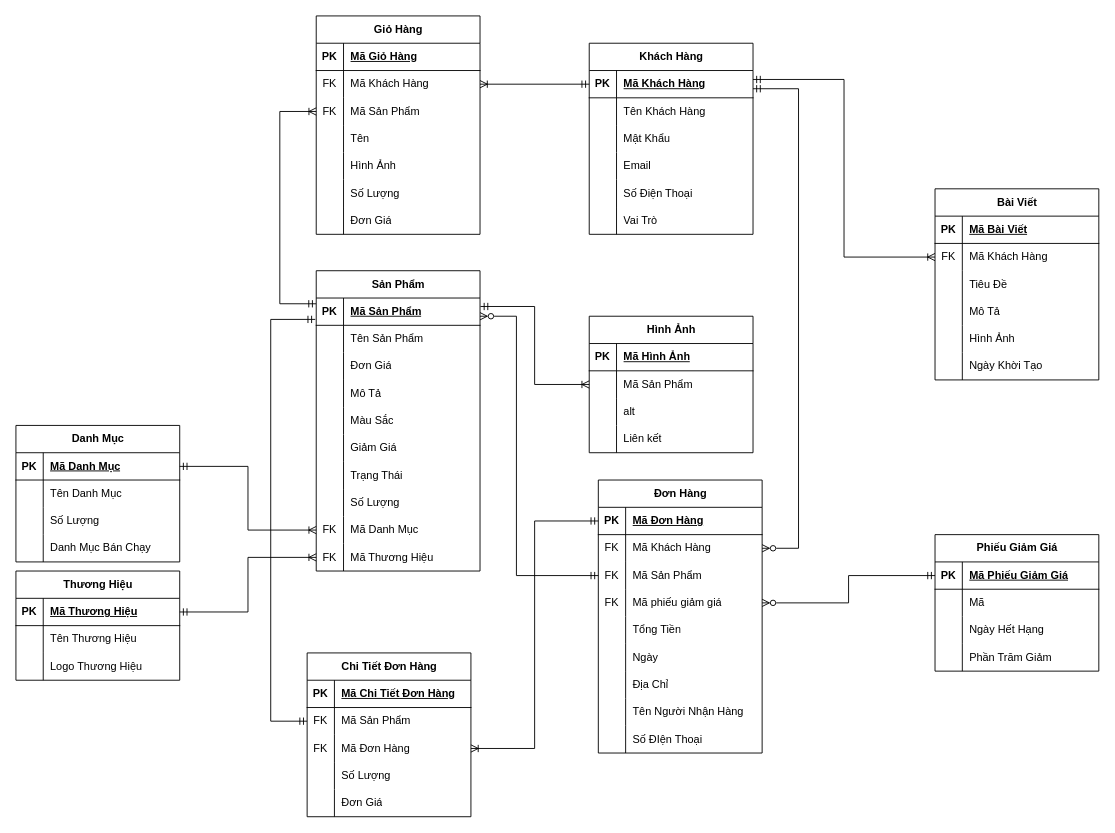
This is VN.drawio from Blion00/Blion00, a draw.io file, before an edit. Source tidied: cells renumbered, new cells numbered last; positions are measured from the earlier drawing's top-left corner, leaving out a move shared by most shapes. Both pictures are drawn from the tidied source at 91%, with x=0, y=0 at pixel (15, 15).
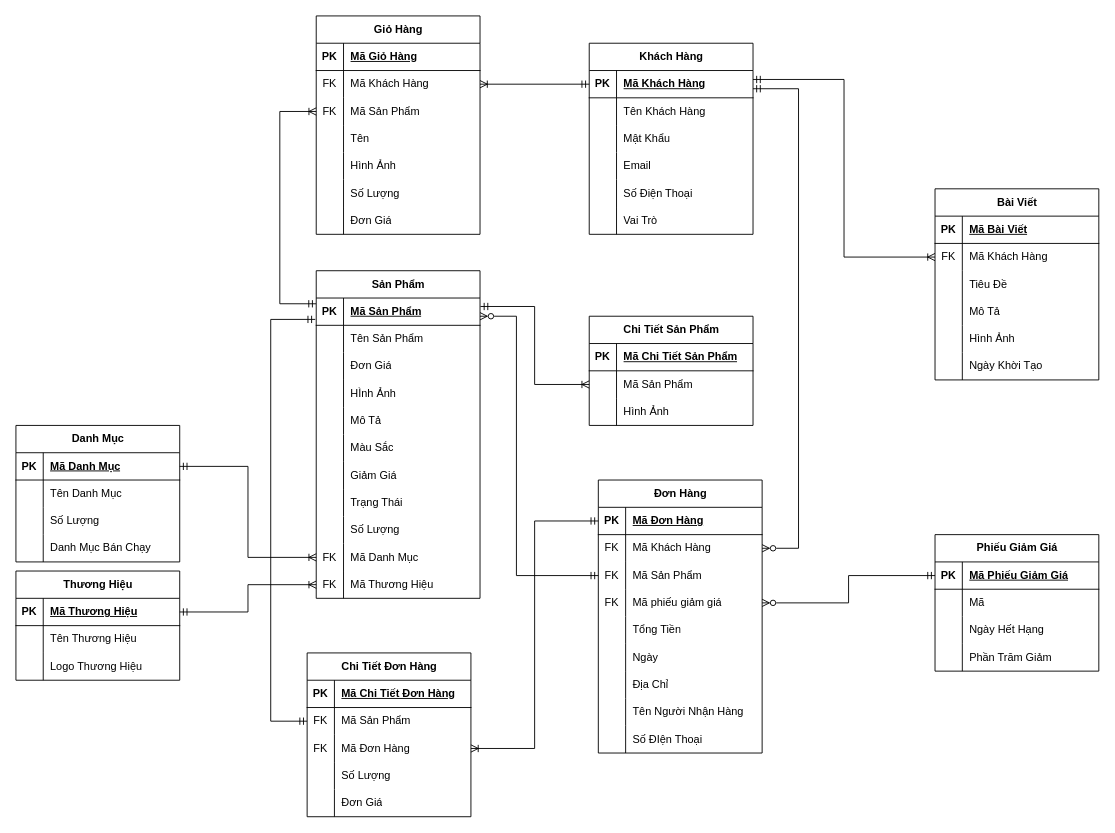
The same diagram, later.

Unchanged cells that the change refers to:
```xml
<mxCell id="185" style="shape=tableRow;horizontal=0;startSize=0;swimlaneHead=0;swimlaneBody=0;fillColor=none;top=0;left=0;right=0;bottom=1;" parent="184" vertex="1">
  <mxGeometry y="30" width="180" height="30" as="geometry" />
</mxCell>
<mxCell id="191" style="shape=tableRow;horizontal=0;startSize=0;swimlaneHead=0;swimlaneBody=0;fillColor=none;top=0;left=0;right=0;bottom=0;" parent="184" vertex="1">
  <mxGeometry y="90" width="180" height="30" as="geometry" />
</mxCell>
```

Change to the diagram source:
```diff
@@
     <mxCell id="2" value="Sản Phẩm" style="shape=table;startSize=30;childLayout=tableLayout;rowLines=0;fontStyle=1;align=center;html=1;" parent="1" vertex="1">
-      <mxGeometry x="330" y="280" width="180" height="330" as="geometry" />
+      <mxGeometry x="330" y="280" width="180" height="360" as="geometry" />
     </mxCell>
@@
+    <mxCell id="194" style="shape=tableRow;horizontal=0;startSize=0;swimlaneHead=0;swimlaneBody=0;fillColor=none;top=0;left=0;right=0;bottom=0;" parent="2" vertex="1">
+      <mxGeometry y="120" width="180" height="30" as="geometry" />
+    </mxCell>
+    <mxCell id="195" style="shape=partialRectangle;fillColor=none;top=0;left=0;bottom=0;right=0;overflow=hidden;whiteSpace=wrap;html=1;" parent="194" vertex="1">
+      <mxGeometry width="30" height="30" as="geometry" />
+    </mxCell>
+    <mxCell id="197" value="HÌnh Ảnh" style="shape=partialRectangle;fillColor=none;top=0;left=0;bottom=0;right=0;align=left;spacingLeft=6;overflow=hidden;whiteSpace=wrap;html=1;" parent="194" vertex="1">
+      <mxGeometry x="30" width="150" height="30" as="geometry" />
+    </mxCell>
     <mxCell id="12" style="shape=tableRow;horizontal=0;startSize=0;swimlaneHead=0;swimlaneBody=0;fillColor=none;top=0;left=0;right=0;bottom=0;" parent="2" vertex="1">
-      <mxGeometry y="120" width="180" height="30" as="geometry" />
+      <mxGeometry y="150" width="180" height="30" as="geometry" />
     </mxCell>
@@
     <mxCell id="15" style="shape=tableRow;horizontal=0;startSize=0;swimlaneHead=0;swimlaneBody=0;fillColor=none;top=0;left=0;right=0;bottom=0;" parent="2" vertex="1">
-      <mxGeometry y="150" width="180" height="30" as="geometry" />
+      <mxGeometry y="180" width="180" height="30" as="geometry" />
     </mxCell>
@@
     <mxCell id="18" style="shape=tableRow;horizontal=0;startSize=0;swimlaneHead=0;swimlaneBody=0;fillColor=none;top=0;left=0;right=0;bottom=0;" parent="2" vertex="1">
-      <mxGeometry y="180" width="180" height="30" as="geometry" />
+      <mxGeometry y="210" width="180" height="30" as="geometry" />
     </mxCell>
@@
     <mxCell id="21" style="shape=tableRow;horizontal=0;startSize=0;swimlaneHead=0;swimlaneBody=0;fillColor=none;top=0;left=0;right=0;bottom=0;" parent="2" vertex="1">
-      <mxGeometry y="210" width="180" height="30" as="geometry" />
+      <mxGeometry y="240" width="180" height="30" as="geometry" />
     </mxCell>
@@
     <mxCell id="24" style="shape=tableRow;horizontal=0;startSize=0;swimlaneHead=0;swimlaneBody=0;fillColor=none;top=0;left=0;right=0;bottom=0;" parent="2" vertex="1">
-      <mxGeometry y="240" width="180" height="30" as="geometry" />
+      <mxGeometry y="270" width="180" height="30" as="geometry" />
     </mxCell>
@@
     <mxCell id="27" style="shape=tableRow;horizontal=0;startSize=0;swimlaneHead=0;swimlaneBody=0;fillColor=none;points=[[0,0.5],[1,0.5]];portConstraint=eastwest;top=0;left=0;right=0;bottom=0;" parent="2" vertex="1">
-      <mxGeometry y="270" width="180" height="30" as="geometry" />
+      <mxGeometry y="300" width="180" height="30" as="geometry" />
     </mxCell>
@@
     <mxCell id="30" style="shape=tableRow;horizontal=0;startSize=0;swimlaneHead=0;swimlaneBody=0;fillColor=none;points=[[0,0.5],[1,0.5]];portConstraint=eastwest;top=0;left=0;right=0;bottom=0;" parent="2" vertex="1">
-      <mxGeometry y="300" width="180" height="30" as="geometry" />
+      <mxGeometry y="330" width="180" height="30" as="geometry" />
     </mxCell>
@@
-    <mxCell id="184" value="Hình Ảnh" style="shape=table;startSize=30;childLayout=tableLayout;rowLines=0;fontStyle=1;align=center;html=1;" parent="1" vertex="1">
-      <mxGeometry x="630" y="330" width="180" height="150" as="geometry" />
+    <mxCell id="184" value="Chi Tiết Sản Phẩm" style="shape=table;startSize=30;childLayout=tableLayout;rowLines=0;fontStyle=1;align=center;html=1;" parent="1" vertex="1">
+      <mxGeometry x="630" y="330" width="180" height="120" as="geometry" />
     </mxCell>
@@
-    <mxCell id="187" value="Mã Hình Ảnh" style="shape=partialRectangle;fillColor=none;top=0;left=0;bottom=0;right=0;align=left;spacingLeft=6;fontStyle=5;overflow=hidden;whiteSpace=wrap;html=1;" parent="185" vertex="1">
+    <mxCell id="187" value="Mã Chi Tiết Sản Phẩm" style="shape=partialRectangle;fillColor=none;top=0;left=0;bottom=0;right=0;align=left;spacingLeft=6;fontStyle=5;overflow=hidden;whiteSpace=wrap;html=1;" parent="185" vertex="1">
       <mxGeometry x="30" width="150" height="30" as="geometry" />
     </mxCell>
@@
-    <mxCell id="193" value="alt" style="shape=partialRectangle;fillColor=none;top=0;left=0;bottom=0;right=0;align=left;spacingLeft=6;overflow=hidden;whiteSpace=wrap;html=1;" parent="191" vertex="1">
+    <mxCell id="193" value="Hình Ảnh" style="shape=partialRectangle;fillColor=none;top=0;left=0;bottom=0;right=0;align=left;spacingLeft=6;overflow=hidden;whiteSpace=wrap;html=1;" parent="191" vertex="1">
       <mxGeometry x="30" width="150" height="30" as="geometry" />
     </mxCell>
-    <mxCell id="194" style="shape=tableRow;horizontal=0;startSize=0;swimlaneHead=0;swimlaneBody=0;fillColor=none;top=0;left=0;right=0;bottom=0;" parent="184" vertex="1">
-      <mxGeometry y="120" width="180" height="30" as="geometry" />
-    </mxCell>
-    <mxCell id="195" style="shape=partialRectangle;fillColor=none;top=0;left=0;bottom=0;right=0;overflow=hidden;whiteSpace=wrap;html=1;" parent="194" vertex="1">
-      <mxGeometry width="30" height="30" as="geometry" />
-    </mxCell>
-    <mxCell id="196" value="Liên kết" style="shape=partialRectangle;fillColor=none;top=0;left=0;bottom=0;right=0;align=left;spacingLeft=6;overflow=hidden;whiteSpace=wrap;html=1;" parent="194" vertex="1">
-      <mxGeometry x="30" width="150" height="30" as="geometry" />
-    </mxCell>
```
